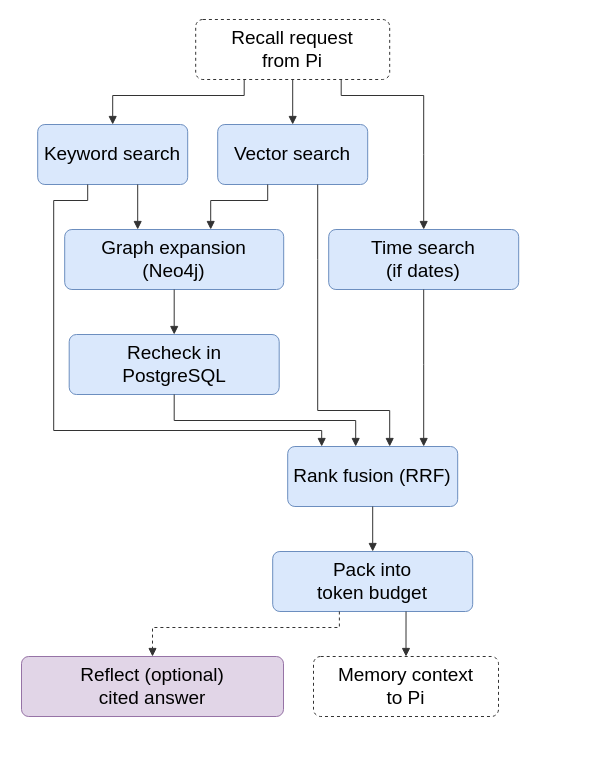
Earlier version of the draw.io diagram report/diagrams/module-4-hybrid-retrieval.drawio (aryaniyaps/sdp-2026). Source tidied: cells renumbered, new cells numbered last; positions are measured from the earlier drawing's top-left corner, leaving out a move shared by most shapes. Both pictures are drawn from the tidied source at 100%, with x=0, y=0 at pixel (21, 19).
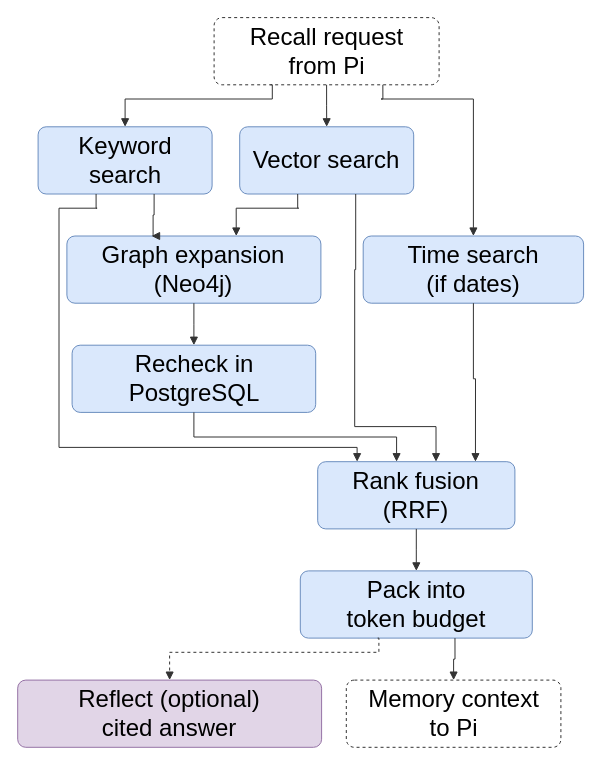
The same page after the edit.

Diff of the diagram source:
```diff
@@
-    <mxCell id="2" value="Recall request&lt;br&gt;from Pi" style="rounded=1;arcSize=12;dashed=1;fillColor=#ffffff;strokeColor=#333333;fontSize=19;fontFamily=Helvetica;whiteSpace=wrap;html=1;" parent="1" vertex="1">
-      <mxGeometry x="174.2" width="194" height="60" as="geometry" />
+    <mxCell id="2" value="Recall request&lt;br&gt;from Pi" style="rounded=1;arcSize=12;dashed=1;fillColor=#ffffff;strokeColor=#333333;fontSize=24;fontFamily=Helvetica;whiteSpace=wrap;html=1;" parent="1" vertex="1">
+      <mxGeometry x="192.6" y="-1.9" width="225" height="67.2" as="geometry" />
     </mxCell>
-    <mxCell id="3" value="Keyword search" style="rounded=1;arcSize=12;fillColor=#dae8fc;strokeColor=#6c8ebf;fontSize=19;fontFamily=Helvetica;whiteSpace=wrap;html=1;" parent="1" vertex="1">
-      <mxGeometry x="16.2" y="105" width="150" height="60" as="geometry" />
+    <mxCell id="3" value="Keyword search" style="rounded=1;arcSize=12;fillColor=#dae8fc;strokeColor=#6c8ebf;fontSize=24;fontFamily=Helvetica;whiteSpace=wrap;html=1;" parent="1" vertex="1">
+      <mxGeometry x="16.6" y="107.3" width="174" height="67.2" as="geometry" />
     </mxCell>
-    <mxCell id="4" value="Vector search" style="rounded=1;arcSize=12;fillColor=#dae8fc;strokeColor=#6c8ebf;fontSize=19;fontFamily=Helvetica;whiteSpace=wrap;html=1;" parent="1" vertex="1">
-      <mxGeometry x="196.2" y="105" width="150" height="60" as="geometry" />
+    <mxCell id="4" value="Vector search" style="rounded=1;arcSize=12;fillColor=#dae8fc;strokeColor=#6c8ebf;fontSize=24;fontFamily=Helvetica;whiteSpace=wrap;html=1;" parent="1" vertex="1">
+      <mxGeometry x="218.2" y="107.3" width="174" height="67.2" as="geometry" />
     </mxCell>
-    <mxCell id="5" value="Time search&lt;br&gt;(if dates)" style="rounded=1;arcSize=12;fillColor=#dae8fc;strokeColor=#6c8ebf;fontSize=19;fontFamily=Helvetica;whiteSpace=wrap;html=1;" parent="1" vertex="1">
-      <mxGeometry x="307.2" y="210" width="190" height="60" as="geometry" />
+    <mxCell id="5" value="Time search&lt;br&gt;(if dates)" style="rounded=1;arcSize=12;fillColor=#dae8fc;strokeColor=#6c8ebf;fontSize=24;fontFamily=Helvetica;whiteSpace=wrap;html=1;" parent="1" vertex="1">
+      <mxGeometry x="341.7" y="216.5" width="220.4" height="67.2" as="geometry" />
     </mxCell>
-    <mxCell id="6" value="Graph expansion&lt;br&gt;(Neo4j)" style="rounded=1;arcSize=12;fillColor=#dae8fc;strokeColor=#6c8ebf;fontSize=19;fontFamily=Helvetica;whiteSpace=wrap;html=1;" parent="1" vertex="1">
-      <mxGeometry x="43.2" y="210" width="219" height="60" as="geometry" />
+    <mxCell id="6" value="Graph expansion&lt;br&gt;(Neo4j)" style="rounded=1;arcSize=12;fillColor=#dae8fc;strokeColor=#6c8ebf;fontSize=24;fontFamily=Helvetica;whiteSpace=wrap;html=1;" parent="1" vertex="1">
+      <mxGeometry x="45.4" y="216.5" width="254" height="67.2" as="geometry" />
     </mxCell>
-    <mxCell id="7" value="Recheck in&lt;br&gt;PostgreSQL" style="rounded=1;arcSize=12;fillColor=#dae8fc;strokeColor=#6c8ebf;fontSize=19;fontFamily=Helvetica;whiteSpace=wrap;html=1;" parent="1" vertex="1">
-      <mxGeometry x="47.7" y="315" width="210" height="60" as="geometry" />
+    <mxCell id="7" value="Recheck in&lt;br&gt;PostgreSQL" style="rounded=1;arcSize=12;fillColor=#dae8fc;strokeColor=#6c8ebf;fontSize=24;fontFamily=Helvetica;whiteSpace=wrap;html=1;" parent="1" vertex="1">
+      <mxGeometry x="50.6" y="325.7" width="243.6" height="67.2" as="geometry" />
     </mxCell>
-    <mxCell id="8" value="Rank fusion (RRF)" style="rounded=1;arcSize=12;fillColor=#dae8fc;strokeColor=#6c8ebf;fontSize=19;fontFamily=Helvetica;whiteSpace=wrap;html=1;" parent="1" vertex="1">
-      <mxGeometry x="266.2" y="427" width="170" height="60" as="geometry" />
+    <mxCell id="8" value="Rank fusion (RRF)" style="rounded=1;arcSize=12;fillColor=#dae8fc;strokeColor=#6c8ebf;fontSize=24;fontFamily=Helvetica;whiteSpace=wrap;html=1;" parent="1" vertex="1">
+      <mxGeometry x="296.2" y="442.2" width="197.2" height="67.2" as="geometry" />
     </mxCell>
-    <mxCell id="9" value="Pack into&lt;br&gt;token budget" style="rounded=1;arcSize=12;fillColor=#dae8fc;strokeColor=#6c8ebf;fontSize=19;fontFamily=Helvetica;whiteSpace=wrap;html=1;" parent="1" vertex="1">
-      <mxGeometry x="251.2" y="532" width="200" height="60" as="geometry" />
+    <mxCell id="9" value="Pack into&lt;br&gt;token budget" style="rounded=1;arcSize=12;fillColor=#dae8fc;strokeColor=#6c8ebf;fontSize=24;fontFamily=Helvetica;whiteSpace=wrap;html=1;" parent="1" vertex="1">
+      <mxGeometry x="278.8" y="551.4" width="232" height="67.2" as="geometry" />
     </mxCell>
-    <mxCell id="10" value="Memory context&lt;br&gt;to Pi" style="rounded=1;arcSize=12;dashed=1;fillColor=#ffffff;strokeColor=#333333;fontSize=19;fontFamily=Helvetica;whiteSpace=wrap;html=1;" parent="1" vertex="1">
-      <mxGeometry x="292" y="637" width="185" height="60" as="geometry" />
+    <mxCell id="10" value="Memory context&lt;br&gt;to Pi" style="rounded=1;arcSize=12;dashed=1;fillColor=#ffffff;strokeColor=#333333;fontSize=24;fontFamily=Helvetica;whiteSpace=wrap;html=1;" parent="1" vertex="1">
+      <mxGeometry x="324.8" y="660.6" width="214.6" height="67.2" as="geometry" />
     </mxCell>
-    <mxCell id="11" value="Reflect (optional)&lt;br&gt;cited answer" style="rounded=1;arcSize=12;fillColor=#e1d5e7;strokeColor=#9673a6;fontSize=19;fontFamily=Helvetica;whiteSpace=wrap;html=1;" parent="1" vertex="1">
-      <mxGeometry y="637" width="262" height="60" as="geometry" />
+    <mxCell id="11" value="Reflect (optional)&lt;br&gt;cited answer" style="rounded=1;arcSize=12;fillColor=#e1d5e7;strokeColor=#9673a6;fontSize=24;fontFamily=Helvetica;whiteSpace=wrap;html=1;" parent="1" vertex="1">
+      <mxGeometry x="-3.8" y="660.6" width="303.9" height="67.2" as="geometry" />
     </mxCell>
-    <mxCell id="12" style="rounded=0;html=1;endArrow=block;endFill=1;strokeColor=#333333;fontSize=16;labelBackgroundColor=#ffffff;exitX=0.25;exitY=1;entryX=0.5;entryY=0;edgeStyle=orthogonalEdgeStyle;" parent="1" edge="1" source="2" target="3">
+    <mxCell id="12" style="rounded=0;html=1;endArrow=block;endFill=1;strokeColor=#333333;fontSize=21;labelBackgroundColor=#ffffff;exitX=0.25;exitY=1;entryX=0.5;entryY=0;edgeStyle=orthogonalEdgeStyle;" parent="1" edge="1" source="2" target="3">
       <mxGeometry relative="1" as="geometry">
         <Array as="points">
-          <mxPoint x="222.7" y="76" />
-          <mxPoint x="91.2" y="76" />
+          <mxPoint x="250.8" y="79.5" />
+          <mxPoint x="103.6" y="79.5" />
         </Array>
       </mxGeometry>
     </mxCell>
-    <mxCell id="13" style="rounded=0;html=1;endArrow=block;endFill=1;strokeColor=#333333;fontSize=16;labelBackgroundColor=#ffffff;exitX=0.5;exitY=1;entryX=0.5;entryY=0;edgeStyle=orthogonalEdgeStyle;" parent="1" edge="1" source="2" target="4">
+    <mxCell id="13" style="rounded=0;html=1;endArrow=block;endFill=1;strokeColor=#333333;fontSize=21;labelBackgroundColor=#ffffff;exitX=0.5;exitY=1;entryX=0.5;entryY=0;edgeStyle=orthogonalEdgeStyle;" parent="1" edge="1" source="2" target="4">
       <mxGeometry relative="1" as="geometry">
         <Array as="points">
-          <mxPoint x="271.2" y="82.5" />
+          <mxPoint x="305.2" y="86.3" />
         </Array>
       </mxGeometry>
     </mxCell>
-    <mxCell id="14" style="rounded=0;html=1;endArrow=block;endFill=1;strokeColor=#333333;fontSize=16;labelBackgroundColor=#ffffff;exitX=0.75;exitY=1;entryX=0.5;entryY=0;edgeStyle=orthogonalEdgeStyle;" parent="1" edge="1" source="2" target="5">
+    <mxCell id="14" style="rounded=0;html=1;endArrow=block;endFill=1;strokeColor=#333333;fontSize=21;labelBackgroundColor=#ffffff;exitX=0.75;exitY=1;entryX=0.5;entryY=0;edgeStyle=orthogonalEdgeStyle;" parent="1" edge="1" source="2" target="5">
       <mxGeometry relative="1" as="geometry">
         <Array as="points">
-          <mxPoint x="319.7" y="76" />
-          <mxPoint x="402.2" y="76" />
-          <mxPoint x="402.2" y="135" />
+          <mxPoint x="359.5" y="79.5" />
+          <mxPoint x="451.9" y="79.5" />
+          <mxPoint x="451.9" y="140.9" />
         </Array>
       </mxGeometry>
     </mxCell>
-    <mxCell id="15" style="rounded=0;html=1;endArrow=block;endFill=1;strokeColor=#333333;fontSize=16;labelBackgroundColor=#ffffff;exitX=0.6667;exitY=1;entryX=0.3333;entryY=0;edgeStyle=orthogonalEdgeStyle;" parent="1" edge="1" source="3" target="6">
+    <mxCell id="15" style="rounded=0;html=1;endArrow=block;endFill=1;strokeColor=#333333;fontSize=21;labelBackgroundColor=#ffffff;exitX=0.6667;exitY=1;entryX=0.3333;entryY=0;edgeStyle=orthogonalEdgeStyle;" parent="1" edge="1" source="3" target="6">
       <mxGeometry relative="1" as="geometry">
         <Array as="points">
-          <mxPoint x="116.2" y="187.5" />
+          <mxPoint x="131.6" y="195.5" />
         </Array>
       </mxGeometry>
     </mxCell>
-    <mxCell id="16" style="rounded=0;html=1;endArrow=block;endFill=1;strokeColor=#333333;fontSize=16;labelBackgroundColor=#ffffff;exitX=0.3333;exitY=1;entryX=0.6667;entryY=0;edgeStyle=orthogonalEdgeStyle;" parent="1" edge="1" source="4" target="6">
+    <mxCell id="16" style="rounded=0;html=1;endArrow=block;endFill=1;strokeColor=#333333;fontSize=21;labelBackgroundColor=#ffffff;exitX=0.3333;exitY=1;entryX=0.6667;entryY=0;edgeStyle=orthogonalEdgeStyle;" parent="1" edge="1" source="4" target="6">
       <mxGeometry relative="1" as="geometry">
         <Array as="points">
-          <mxPoint x="246.2" y="181" />
-          <mxPoint x="189.2" y="181" />
+          <mxPoint x="277.2" y="188.7" />
+          <mxPoint x="213.3" y="188.7" />
         </Array>
       </mxGeometry>
     </mxCell>
-    <mxCell id="17" style="rounded=0;html=1;endArrow=block;endFill=1;strokeColor=#333333;fontSize=16;labelBackgroundColor=#ffffff;exitX=0.5;exitY=1;entryX=0.5;entryY=0;edgeStyle=orthogonalEdgeStyle;" parent="1" edge="1" source="6" target="7">
+    <mxCell id="17" style="rounded=0;html=1;endArrow=block;endFill=1;strokeColor=#333333;fontSize=21;labelBackgroundColor=#ffffff;exitX=0.5;exitY=1;entryX=0.5;entryY=0;edgeStyle=orthogonalEdgeStyle;" parent="1" edge="1" source="6" target="7">
       <mxGeometry relative="1" as="geometry">
         <Array as="points">
-          <mxPoint x="152.7" y="292.5" />
+          <mxPoint x="172.4" y="304.7" />
         </Array>
       </mxGeometry>
     </mxCell>
-    <mxCell id="18" style="rounded=0;html=1;endArrow=block;endFill=1;strokeColor=#333333;fontSize=16;labelBackgroundColor=#ffffff;exitX=0.3333;exitY=1;entryX=0.2;entryY=0;edgeStyle=orthogonalEdgeStyle;" parent="1" edge="1" source="3" target="8">
+    <mxCell id="18" style="rounded=0;html=1;endArrow=block;endFill=1;strokeColor=#333333;fontSize=21;labelBackgroundColor=#ffffff;exitX=0.3333;exitY=1;entryX=0.2;entryY=0;edgeStyle=orthogonalEdgeStyle;" parent="1" edge="1" source="3" target="8">
       <mxGeometry relative="1" as="geometry">
         <Array as="points">
-          <mxPoint x="66.2" y="181" />
-          <mxPoint x="32.2" y="181" />
-          <mxPoint x="32.2" y="411" />
-          <mxPoint x="300.2" y="411" />
+          <mxPoint x="75.6" y="188.7" />
+          <mxPoint x="37.5" y="188.7" />
+          <mxPoint x="37.5" y="427.9" />
+          <mxPoint x="337.6" y="427.9" />
         </Array>
       </mxGeometry>
     </mxCell>
-    <mxCell id="19" style="rounded=0;html=1;endArrow=block;endFill=1;strokeColor=#333333;fontSize=16;labelBackgroundColor=#ffffff;exitX=0.6667;exitY=1;entryX=0.6;entryY=0;edgeStyle=orthogonalEdgeStyle;" parent="1" edge="1" source="4" target="8">
+    <mxCell id="19" style="rounded=0;html=1;endArrow=block;endFill=1;strokeColor=#333333;fontSize=21;labelBackgroundColor=#ffffff;exitX=0.6667;exitY=1;entryX=0.6;entryY=0;edgeStyle=orthogonalEdgeStyle;" parent="1" edge="1" source="4" target="8">
       <mxGeometry relative="1" as="geometry">
         <Array as="points">
-          <mxPoint x="296.2" y="240" />
-          <mxPoint x="296.2" y="391" />
-          <mxPoint x="368.2" y="391" />
+          <mxPoint x="333.2" y="250.1" />
+          <mxPoint x="333.2" y="407.1" />
+          <mxPoint x="413.8" y="407.1" />
         </Array>
       </mxGeometry>
     </mxCell>
-    <mxCell id="20" style="rounded=0;html=1;endArrow=block;endFill=1;strokeColor=#333333;fontSize=16;labelBackgroundColor=#ffffff;exitX=0.5;exitY=1;entryX=0.8;entryY=0;edgeStyle=orthogonalEdgeStyle;" parent="1" edge="1" source="5" target="8">
+    <mxCell id="20" style="rounded=0;html=1;endArrow=block;endFill=1;strokeColor=#333333;fontSize=21;labelBackgroundColor=#ffffff;exitX=0.5;exitY=1;entryX=0.8;entryY=0;edgeStyle=orthogonalEdgeStyle;" parent="1" edge="1" source="5" target="8">
       <mxGeometry relative="1" as="geometry">
         <Array as="points">
-          <mxPoint x="402.2" y="345" />
+          <mxPoint x="451.9" y="359.3" />
         </Array>
       </mxGeometry>
     </mxCell>
-    <mxCell id="21" style="rounded=0;html=1;endArrow=block;endFill=1;strokeColor=#333333;fontSize=16;labelBackgroundColor=#ffffff;exitX=0.5;exitY=1;entryX=0.4;entryY=0;edgeStyle=orthogonalEdgeStyle;" parent="1" edge="1" source="7" target="8">
+    <mxCell id="21" style="rounded=0;html=1;endArrow=block;endFill=1;strokeColor=#333333;fontSize=21;labelBackgroundColor=#ffffff;exitX=0.5;exitY=1;entryX=0.4;entryY=0;edgeStyle=orthogonalEdgeStyle;" parent="1" edge="1" source="7" target="8">
       <mxGeometry relative="1" as="geometry">
         <Array as="points">
-          <mxPoint x="152.7" y="401" />
-          <mxPoint x="334.2" y="401" />
+          <mxPoint x="172.4" y="417.5" />
+          <mxPoint x="375.7" y="417.5" />
         </Array>
       </mxGeometry>
     </mxCell>
-    <mxCell id="22" style="rounded=0;html=1;endArrow=block;endFill=1;strokeColor=#333333;fontSize=16;labelBackgroundColor=#ffffff;exitX=0.5;exitY=1;entryX=0.5;entryY=0;edgeStyle=orthogonalEdgeStyle;" parent="1" edge="1" source="8" target="9">
+    <mxCell id="22" style="rounded=0;html=1;endArrow=block;endFill=1;strokeColor=#333333;fontSize=21;labelBackgroundColor=#ffffff;exitX=0.5;exitY=1;entryX=0.5;entryY=0;edgeStyle=orthogonalEdgeStyle;" parent="1" edge="1" source="8" target="9">
       <mxGeometry relative="1" as="geometry">
         <Array as="points">
-          <mxPoint x="351.2" y="509.5" />
+          <mxPoint x="394.8" y="530.4" />
         </Array>
       </mxGeometry>
     </mxCell>
-    <mxCell id="23" style="rounded=0;html=1;endArrow=block;endFill=1;strokeColor=#333333;fontSize=16;labelBackgroundColor=#ffffff;exitX=0.6667;exitY=1;entryX=0.5;entryY=0;edgeStyle=orthogonalEdgeStyle;" parent="1" edge="1" source="9" target="10">
+    <mxCell id="23" style="rounded=0;html=1;endArrow=block;endFill=1;strokeColor=#333333;fontSize=21;labelBackgroundColor=#ffffff;exitX=0.6667;exitY=1;entryX=0.5;entryY=0;edgeStyle=orthogonalEdgeStyle;" parent="1" edge="1" source="9" target="10">
       <mxGeometry relative="1" as="geometry">
         <Array as="points">
-          <mxPoint x="384.5" y="614.5" />
+          <mxPoint x="432.1" y="639.6" />
         </Array>
       </mxGeometry>
     </mxCell>
-    <mxCell id="24" style="rounded=0;html=1;endArrow=block;endFill=1;strokeColor=#333333;fontSize=16;labelBackgroundColor=#ffffff;dashed=1;exitX=0.3333;exitY=1;entryX=0.5;entryY=0;edgeStyle=orthogonalEdgeStyle;" parent="1" edge="1" source="9" target="11">
+    <mxCell id="24" style="rounded=0;html=1;endArrow=block;endFill=1;strokeColor=#333333;fontSize=21;labelBackgroundColor=#ffffff;dashed=1;exitX=0.3333;exitY=1;entryX=0.5;entryY=0;edgeStyle=orthogonalEdgeStyle;" parent="1" edge="1" source="9" target="11">
       <mxGeometry relative="1" as="geometry">
         <Array as="points">
-          <mxPoint x="317.8" y="608" />
-          <mxPoint x="131" y="608" />
+          <mxPoint x="357.4" y="632.8" />
+          <mxPoint x="148.2" y="632.8" />
         </Array>
       </mxGeometry>
     </mxCell>
```
